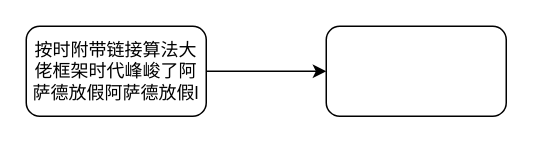
Earlier version of the draw.io diagram 未命名绘图.drawio (macro-su/dockerTest). Source tidied: cells renumbered, new cells numbered last; positions are measured from the earlier drawing's top-left corner, leaving out a move shared by most shapes. Both pictures are drawn from the tidied source at 150%, with x=0, y=0 at pixel (26, 26).
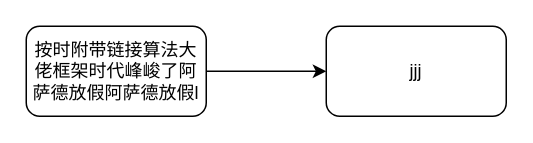
The same page after the edit.

Commit message:
更新未命名绘图.drawio

Change to the diagram source:
```diff
@@
 <mxGraphModel>
   <root>
     <mxCell id="0" />
     <mxCell id="1" parent="0" />
     <mxCell id="2" style="edgeStyle=orthogonalEdgeStyle;rounded=0;jettySize=auto;html=1;" parent="1" edge="1" source="3" target="4">
       <mxGeometry relative="1" as="geometry" />
     </mxCell>
     <mxCell id="3" value="按时附带链接算法大佬框架时代峰峻了阿萨德放假阿萨德放假l" style="rounded=1;whiteSpace=wrap;html=1;" parent="1" vertex="1">
       <mxGeometry width="120" height="60" as="geometry" />
     </mxCell>
-    <mxCell id="4" style="whiteSpace=wrap;html=1;rounded=1;" parent="1" vertex="1">
+    <mxCell id="4" value="jjj" style="whiteSpace=wrap;html=1;rounded=1;" parent="1" vertex="1">
       <mxGeometry x="200" width="120" height="60" as="geometry" />
     </mxCell>
   </root>
 </mxGraphModel>
```
